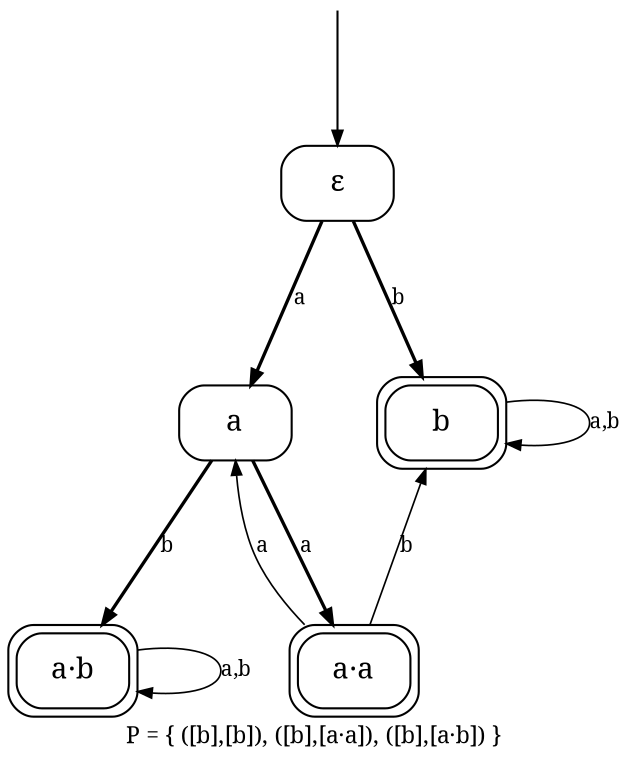
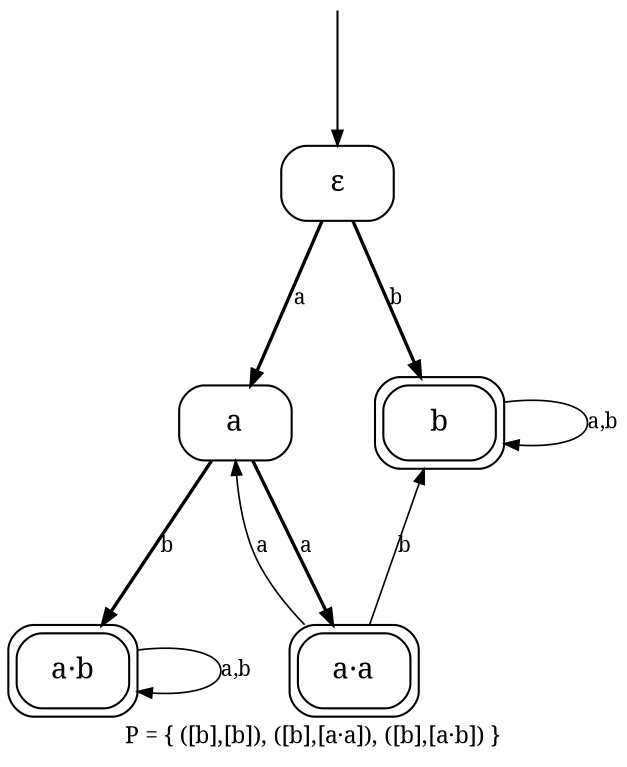
// sos2cayley even.sos --rename a=a,!a=b
digraph core_F2_even {
  rankdir=TB;
  ranksep=0.87; nodesep=0.55;
  node [shape=box, style=rounded, fontname="serif", margin="0.06,0.03"];
  edge [fontname="serif", fontsize=10, arrowsize=0.7];
  label="P = { ([b],[b]), ([b],[a·a]), ([b],[a·b]) }"; labelloc="b"; labeljust="c";
  fontname="serif"; fontsize=11;

  eps [label="ε"];
  a [label="a"];
  b [label="b", peripheries=2];
  aa [label="a·a", peripheries=2];
  ab [label="a·b", peripheries=2];
  _init [shape=none, label="", width=0.02, height=0.02];
  _init -> eps;

  { rank=same; eps; }
  { rank=same; a b; }
  { rank=same; aa ab; }

-   eps -> a [label="a", penwidth=1.6];
-   eps -> b [label="b", penwidth=1.6];
-   a -> aa [label="a", penwidth=1.6];
-   a -> ab [label="b", penwidth=1.6];
-   b -> b [label="a,b", penwidth=0.8];
-   aa -> a [label="a", penwidth=0.8];
-   aa -> b [label="b", penwidth=0.8];
-   ab -> ab [label="a,b", penwidth=0.8];
+   eps -> a [label="a", penwidth=1.6, weight=10];
+   eps -> b [label="b", penwidth=1.6, weight=10];
+   a -> aa [label="a", penwidth=1.6, weight=3];
+   a -> ab [label="b", penwidth=1.6, weight=3];
+   b -> b [label="a,b", penwidth=0.8, weight=1];
+   aa -> a [label="a", penwidth=0.8, weight=1];
+   aa -> b [label="b", penwidth=0.8, weight=1];
+   ab -> ab [label="a,b", penwidth=0.8, weight=1];
}
